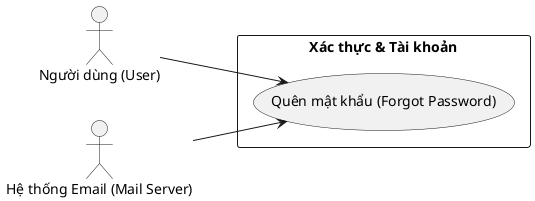
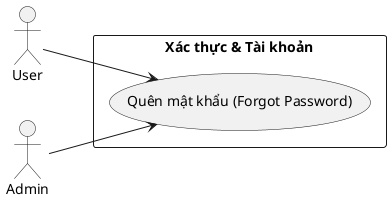
@startuml
left to right direction
skinparam packageStyle rectangle

- actor "Người dùng (User)" as User
- actor "Hệ thống Email (Mail Server)" as MailServer
+ actor "User" as User
+ actor "Admin" as Admin

package "Xác thực & Tài khoản" {
  usecase "Quên mật khẩu (Forgot Password)" as UC_Forgot
}

User --> UC_Forgot
- MailServer --> UC_Forgot
+ Admin --> UC_Forgot
@enduml
